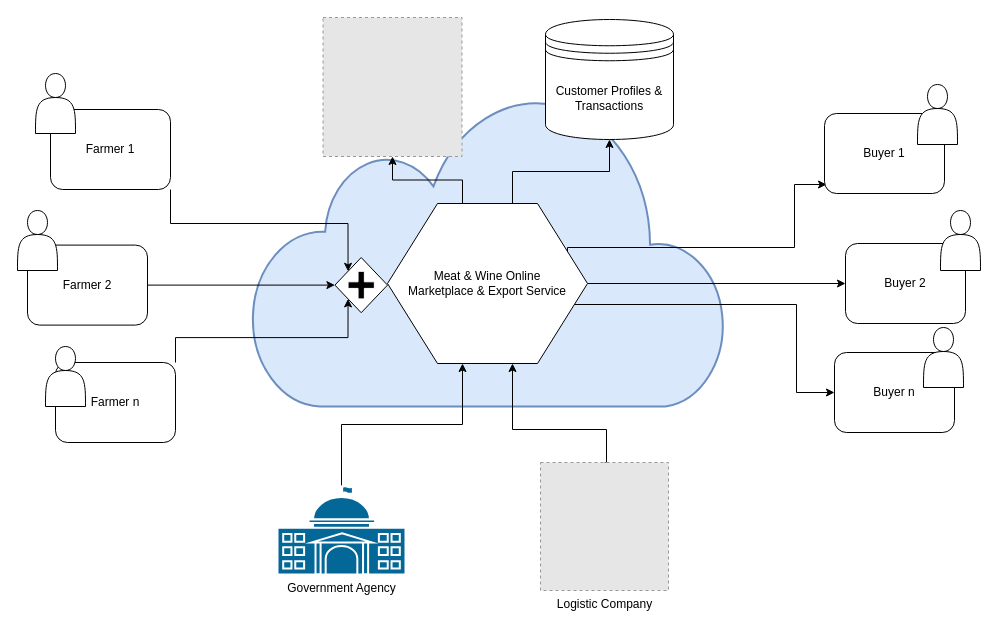
Earlier version of the draw.io diagram Untitled Diagram.drawio (you-zhou/demo). Source tidied: cells renumbered, new cells numbered last; positions are measured from the earlier drawing's top-left corner, leaving out a move shared by most shapes. Both pictures are drawn from the tidied source at 100%, with x=0, y=0 at pixel (17, 17). Pictures stored in the file or linked from it are replaced by grey dashed boxes.
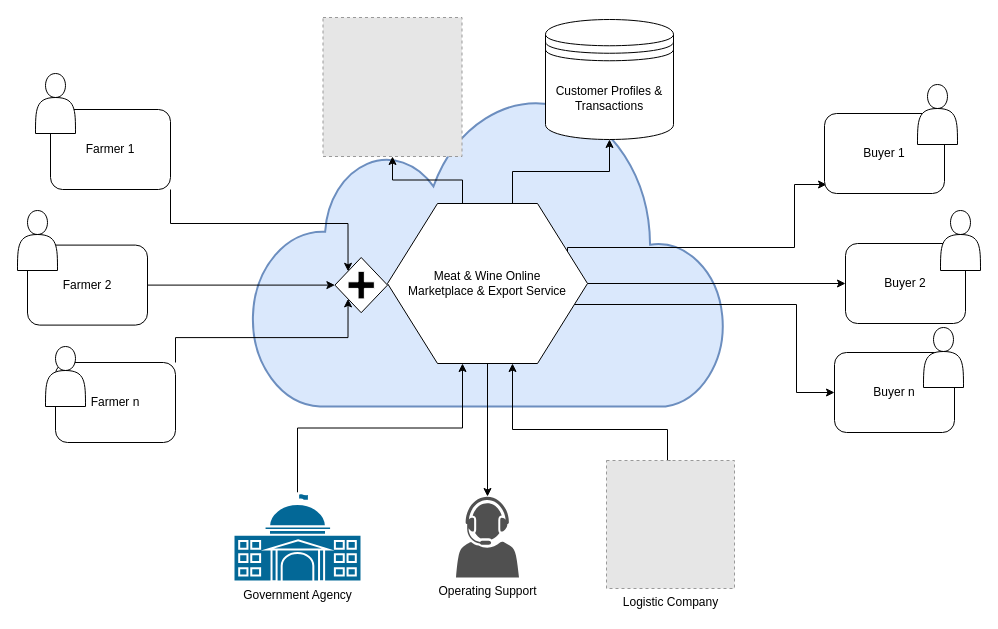
The same page after the edit.

The change refers to these unchanged cells:
```xml
<mxCell id="12" value="Meat &amp;amp; Wine Online&lt;br&gt;Marketplace &amp;amp; Export Service" style="shape=hexagon;whiteSpace=wrap;html=1;perimeter=hexagonPerimeter;" parent="1" vertex="1">
  <mxGeometry x="370" y="186" width="200" height="160" as="geometry" />
</mxCell>
```

The edit, as a diff of the source:
```diff
@@
+    <mxCell id="34" style="edgeStyle=orthogonalEdgeStyle;rounded=0;jettySize=auto;html=1;exitX=0.5;exitY=1;exitDx=0;exitDy=0;" parent="1" edge="1" source="12" target="35">
+      <mxGeometry relative="1" as="geometry" />
+    </mxCell>
@@
     <mxCell id="26" value="Government Agency" style="shape=mxgraph.cisco.buildings.government_building;html=1;dashed=0;fillColor=#036897;strokeColor=#ffffff;strokeWidth=2;verticalLabelPosition=bottom;verticalAlign=top;align=center;outlineConnect=0;" parent="1" vertex="1">
-      <mxGeometry x="260" y="468" width="128" height="89" as="geometry" />
+      <mxGeometry x="216" y="475" width="128" height="89" as="geometry" />
     </mxCell>
     <mxCell id="27" style="edgeStyle=orthogonalEdgeStyle;rounded=0;jettySize=auto;html=1;exitX=0.5;exitY=0;exitDx=0;exitDy=0;entryX=0.625;entryY=1;entryDx=0;entryDy=0;" parent="1" edge="1" source="28" target="12">
       <mxGeometry relative="1" as="geometry">
         <Array as="points">
-          <mxPoint x="589" y="412" />
+          <mxPoint x="650" y="443" />
+          <mxPoint x="650" y="412" />
           <mxPoint x="495" y="412" />
         </Array>
       </mxGeometry>
     </mxCell>
     <mxCell id="28" value="Logistic Company" style="fillColor=#E6E6E6;strokeColor=#999999;dashed=1;html=1;verticalAlign=top;verticalLabelPosition=bottom;labelBackgroundColor=#ffffff;" parent="1" vertex="1">
-      <mxGeometry x="523" y="445" width="128" height="128" as="geometry" />
+      <mxGeometry x="589" y="443" width="128" height="128" as="geometry" />
     </mxCell>
@@
+    <mxCell id="35" value="Operating Support" style="sketch=0;shadow=0;dashed=0;html=1;strokeColor=none;fillColor=#505050;labelPosition=center;verticalLabelPosition=bottom;verticalAlign=top;outlineConnect=0;align=center;shape=mxgraph.office.users.call_center_agent;" parent="1" vertex="1">
+      <mxGeometry x="438.5" y="479" width="63" height="81" as="geometry" />
+    </mxCell>
```
